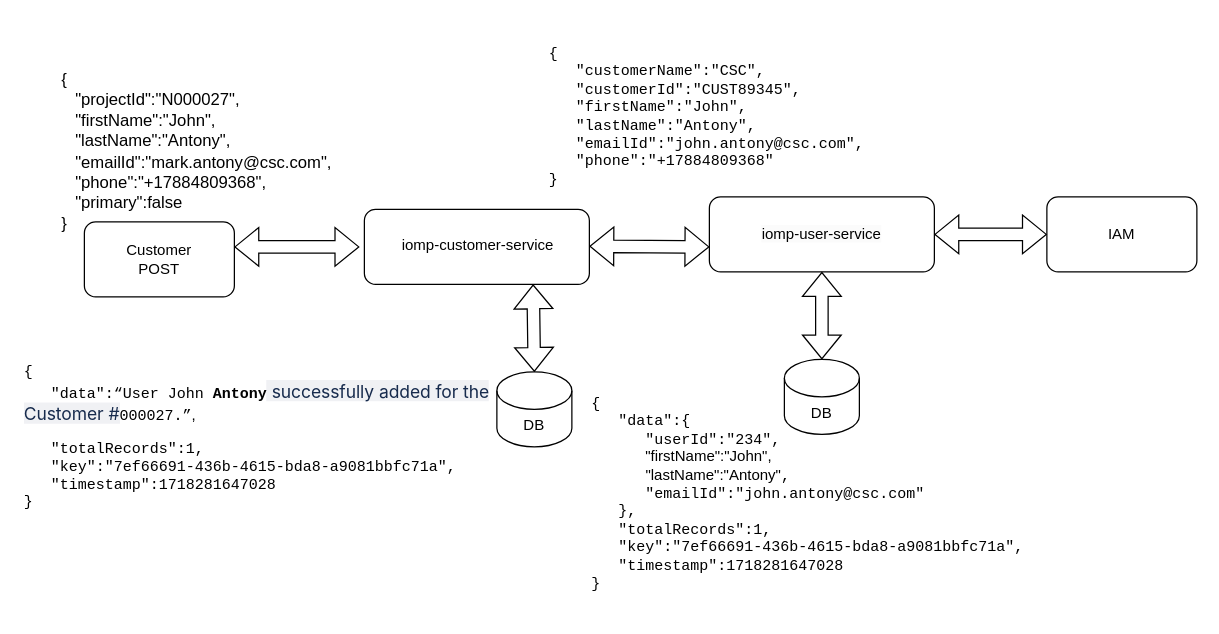
Earlier version of the draw.io diagram src/main/java/com/wesco/model/post customer contact details.drawio (wesco-chandanabuduru/common-entities). Source tidied: cells renumbered, new cells numbered last; positions are measured from the earlier drawing's top-left corner, leaving out a move shared by most shapes. Both pictures are drawn from the tidied source at 125%, with x=0, y=0 at pixel (21, 21).
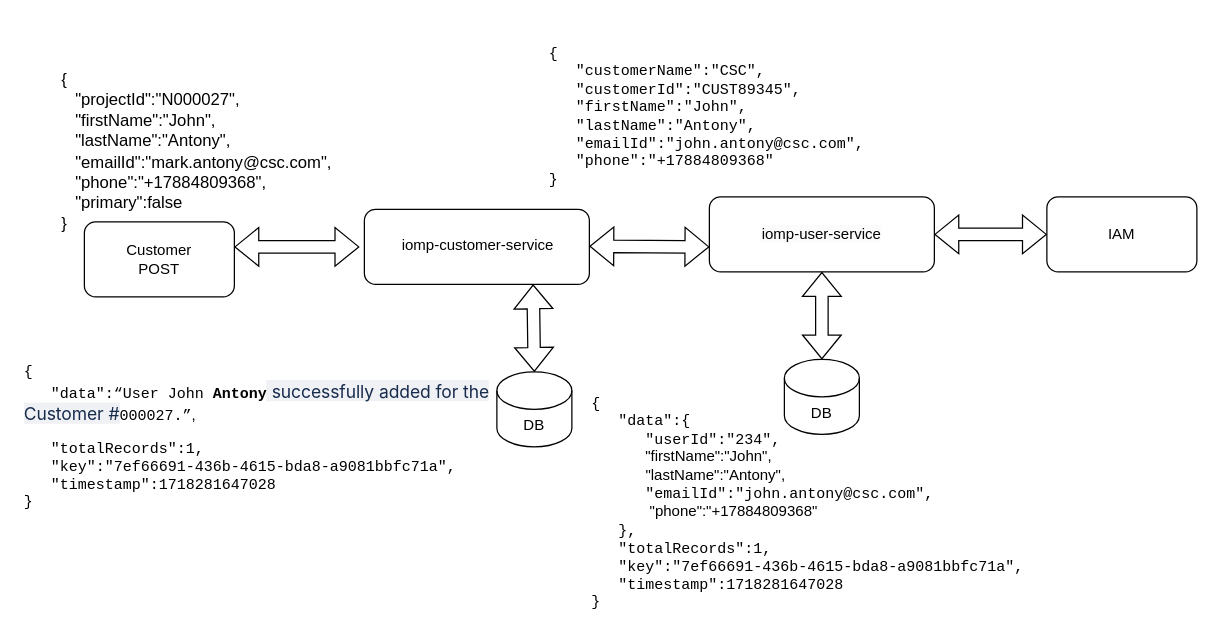
After the change.

The edit, as a diff of the source:
```diff
@@
-    <mxCell id="14" value="&lt;pre style=&quot;margin-top: 0px;&quot;&gt;&lt;pre&gt;&lt;pre&gt;&lt;pre&gt;&lt;span dir=&quot;ltr&quot; class=&quot;ui-provider a b c d e f g h i j k l m n o p q r s t u v w x y z ab ac ae af ag ah ai aj ak&quot;&gt;&lt;pre&gt;{&lt;br&gt;   &quot;data&quot;:{&lt;br&gt;      &quot;userId&quot;:&quot;234&quot;,&lt;br&gt;      &lt;span style=&quot;white-space: normal; font-size: 9pt; line-height: 13.8px; font-family: Calibri, sans-serif;&quot; lang=&quot;EN-US&quot;&gt;&quot;firstName&quot;:&quot;John&quot;,&lt;br&gt;&amp;nbsp; &amp;nbsp; &amp;nbsp; &amp;nbsp; &amp;nbsp; &amp;nbsp; &amp;nbsp;&quot;lastName&quot;:&quot;Antony&quot;&lt;/span&gt;,&lt;br&gt;      &quot;emailId&quot;:&quot;john.antony@csc.com&quot;&lt;br&gt;   },&lt;br&gt;   &quot;totalRecords&quot;:1,&lt;br&gt;   &quot;key&quot;:&quot;7ef66691-436b-4615-bda8-a9081bbfc71a&quot;,&lt;br&gt;   &quot;timestamp&quot;:1718281647028&lt;br&gt;}&lt;br&gt;&lt;/pre&gt;&lt;/span&gt;&lt;/pre&gt;&lt;/pre&gt;&lt;/pre&gt;&lt;/pre&gt;" style="text;html=1;whiteSpace=wrap;overflow=hidden;rounded=0;align=left;" parent="1" vertex="1">
+    <mxCell id="14" value="&lt;pre style=&quot;margin-top: 0px;&quot;&gt;&lt;pre&gt;&lt;pre&gt;&lt;pre&gt;&lt;span dir=&quot;ltr&quot; class=&quot;ui-provider a b c d e f g h i j k l m n o p q r s t u v w x y z ab ac ae af ag ah ai aj ak&quot;&gt;&lt;pre&gt;{&lt;br&gt;   &quot;data&quot;:{&lt;br&gt;      &quot;userId&quot;:&quot;234&quot;,&lt;br&gt;      &lt;span style=&quot;white-space: normal; font-size: 9pt; line-height: 13.8px; font-family: Calibri, sans-serif;&quot; lang=&quot;EN-US&quot;&gt;&quot;firstName&quot;:&quot;John&quot;,&lt;br&gt;&amp;nbsp; &amp;nbsp; &amp;nbsp; &amp;nbsp; &amp;nbsp; &amp;nbsp; &amp;nbsp;&quot;lastName&quot;:&quot;Antony&quot;,&lt;/span&gt;&lt;span style=&quot;white-space: normal; font-size: 9pt; line-height: 13.8px; font-family: Calibri, sans-serif;&quot; lang=&quot;EN-US&quot;&gt;&lt;br&gt;&lt;/span&gt;      &quot;emailId&quot;:&quot;john.antony@csc.com&quot;,&lt;br&gt;&lt;span style=&quot;background-color: initial; font-family: Helvetica; white-space: normal;&quot;&gt;&amp;nbsp; &amp;nbsp; &amp;nbsp; &amp;nbsp; &amp;nbsp; &amp;nbsp; &amp;nbsp; &quot;phone&quot;:&quot;+17884809368&quot;&lt;br&gt;&lt;/span&gt;   },&lt;br&gt;   &quot;totalRecords&quot;:1,&lt;br&gt;   &quot;key&quot;:&quot;7ef66691-436b-4615-bda8-a9081bbfc71a&quot;,&lt;br&gt;   &quot;timestamp&quot;:1718281647028&lt;br&gt;}&lt;/pre&gt;&lt;/span&gt;&lt;/pre&gt;&lt;/pre&gt;&lt;/pre&gt;&lt;/pre&gt;" style="text;html=1;whiteSpace=wrap;overflow=hidden;rounded=0;align=left;" parent="1" vertex="1">
       <mxGeometry x="454" y="280" width="390" height="190" as="geometry" />
     </mxCell>
```
